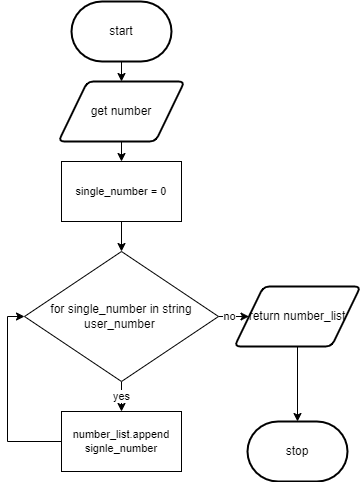
devin-jhu/ICS3U-Assignment7-Python keeps this draw.io diagram as flow.png. Above is the earlier version. Source tidied: cells renumbered, new cells last; positions are measured from the earlier drawing's top-left corner, leaving out a move shared by most shapes. Source of this version:
```xml
<mxGraphModel>
  <root>
    <mxCell id="0" />
    <mxCell id="1" parent="0" />
    <mxCell id="2" style="edgeStyle=none;html=1;exitX=0.5;exitY=1;exitDx=0;exitDy=0;exitPerimeter=0;entryX=0.5;entryY=0;entryDx=0;entryDy=0;" parent="1" edge="1" source="3" target="5">
      <mxGeometry relative="1" as="geometry" />
    </mxCell>
    <mxCell id="3" value="start" style="strokeWidth=2;html=1;shape=mxgraph.flowchart.terminator;whiteSpace=wrap;" parent="1" vertex="1">
      <mxGeometry x="64" width="100" height="60" as="geometry" />
    </mxCell>
    <mxCell id="4" style="edgeStyle=orthogonalEdgeStyle;rounded=0;html=1;exitX=0.5;exitY=1;exitDx=0;exitDy=0;" parent="1" edge="1" source="5">
      <mxGeometry relative="1" as="geometry">
        <mxPoint x="114" y="160" as="targetPoint" />
      </mxGeometry>
    </mxCell>
    <mxCell id="5" value="get number" style="shape=parallelogram;html=1;strokeWidth=2;perimeter=parallelogramPerimeter;whiteSpace=wrap;rounded=1;arcSize=12;size=0.23;" parent="1" vertex="1">
      <mxGeometry x="51" y="80" width="126" height="60" as="geometry" />
    </mxCell>
    <mxCell id="6" value="stop" style="strokeWidth=2;html=1;shape=mxgraph.flowchart.terminator;whiteSpace=wrap;" parent="1" vertex="1">
      <mxGeometry x="240" y="420" width="100" height="60" as="geometry" />
    </mxCell>
    <mxCell id="7" value="no" style="edgeStyle=orthogonalEdgeStyle;shape=connector;rounded=0;html=1;exitX=1;exitY=0.5;exitDx=0;exitDy=0;entryX=0;entryY=0.5;entryDx=0;entryDy=0;labelBackgroundColor=default;fontFamily=Helvetica;fontSize=11;fontColor=default;endArrow=classic;strokeColor=default;" parent="1" edge="1" source="9" target="15">
      <mxGeometry relative="1" as="geometry" />
    </mxCell>
    <mxCell id="8" value="yes" style="edgeStyle=orthogonalEdgeStyle;shape=connector;rounded=0;html=1;exitX=0.5;exitY=1;exitDx=0;exitDy=0;entryX=0.5;entryY=0;entryDx=0;entryDy=0;labelBackgroundColor=default;fontFamily=Helvetica;fontSize=11;fontColor=default;endArrow=classic;strokeColor=default;" parent="1" edge="1" source="9" target="13">
      <mxGeometry relative="1" as="geometry" />
    </mxCell>
    <mxCell id="9" value="for single_number in string user_number&amp;nbsp;" style="rhombus;whiteSpace=wrap;html=1;" parent="1" vertex="1">
      <mxGeometry x="17" y="250" width="194" height="130" as="geometry" />
    </mxCell>
    <mxCell id="10" style="edgeStyle=orthogonalEdgeStyle;shape=connector;rounded=0;html=1;exitX=0.5;exitY=1;exitDx=0;exitDy=0;labelBackgroundColor=default;fontFamily=Helvetica;fontSize=11;fontColor=default;endArrow=classic;strokeColor=default;" parent="1" edge="1" source="11" target="9">
      <mxGeometry relative="1" as="geometry" />
    </mxCell>
    <mxCell id="11" value="single_number = 0" style="rounded=0;whiteSpace=wrap;html=1;fontFamily=Helvetica;fontSize=11;fontColor=default;" parent="1" vertex="1">
      <mxGeometry x="54" y="160" width="120" height="60" as="geometry" />
    </mxCell>
    <mxCell id="12" style="edgeStyle=orthogonalEdgeStyle;shape=connector;rounded=0;html=1;exitX=0;exitY=0.5;exitDx=0;exitDy=0;entryX=0;entryY=0.5;entryDx=0;entryDy=0;labelBackgroundColor=default;fontFamily=Helvetica;fontSize=11;fontColor=default;endArrow=classic;strokeColor=default;" parent="1" edge="1" source="13" target="9">
      <mxGeometry relative="1" as="geometry">
        <Array as="points">
          <mxPoint y="440" />
          <mxPoint y="315" />
        </Array>
      </mxGeometry>
    </mxCell>
    <mxCell id="13" value="number_list.append signle_number" style="rounded=0;whiteSpace=wrap;html=1;fontFamily=Helvetica;fontSize=11;fontColor=default;" parent="1" vertex="1">
      <mxGeometry x="54" y="410" width="120" height="60" as="geometry" />
    </mxCell>
    <mxCell id="14" style="edgeStyle=orthogonalEdgeStyle;shape=connector;rounded=0;html=1;exitX=0.5;exitY=1;exitDx=0;exitDy=0;labelBackgroundColor=default;fontFamily=Helvetica;fontSize=11;fontColor=default;endArrow=classic;strokeColor=default;" parent="1" edge="1" source="15" target="6">
      <mxGeometry relative="1" as="geometry" />
    </mxCell>
    <mxCell id="15" value="return number_list" style="shape=parallelogram;html=1;strokeWidth=2;perimeter=parallelogramPerimeter;whiteSpace=wrap;rounded=1;arcSize=12;size=0.23;" parent="1" vertex="1">
      <mxGeometry x="227" y="285" width="126" height="60" as="geometry" />
    </mxCell>
  </root>
</mxGraphModel>
```
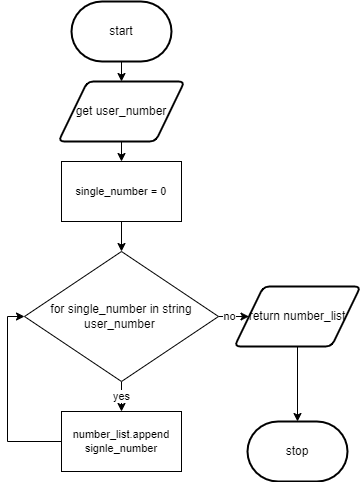
Above is the later version.

Diff of the diagram source:
```diff
@@ -13,7 +13,7 @@
         <mxPoint x="114" y="160" as="targetPoint" />
       </mxGeometry>
     </mxCell>
-    <mxCell id="5" value="get number" style="shape=parallelogram;html=1;strokeWidth=2;perimeter=parallelogramPerimeter;whiteSpace=wrap;rounded=1;arcSize=12;size=0.23;" parent="1" vertex="1">
+    <mxCell id="5" value="get user_number" style="shape=parallelogram;html=1;strokeWidth=2;perimeter=parallelogramPerimeter;whiteSpace=wrap;rounded=1;arcSize=12;size=0.23;" parent="1" vertex="1">
       <mxGeometry x="51" y="80" width="126" height="60" as="geometry" />
     </mxCell>
     <mxCell id="6" value="stop" style="strokeWidth=2;html=1;shape=mxgraph.flowchart.terminator;whiteSpace=wrap;" parent="1" vertex="1">
```
